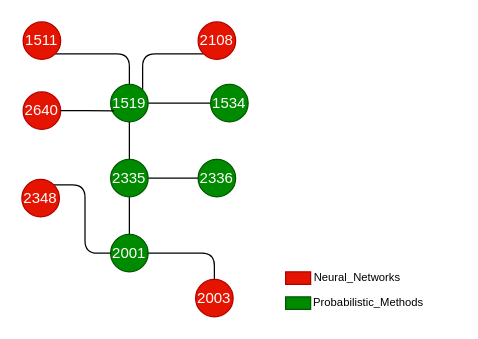
This is 案例分析.drawio from zbyuser/-, a draw.io file, before an edit. Source tidied: cells renumbered, new cells numbered last; positions are measured from the earlier drawing's top-left corner, leaving out a move shared by most shapes. Both pictures are drawn from the tidied source at 125%, with x=0, y=0 at pixel (21, 21).
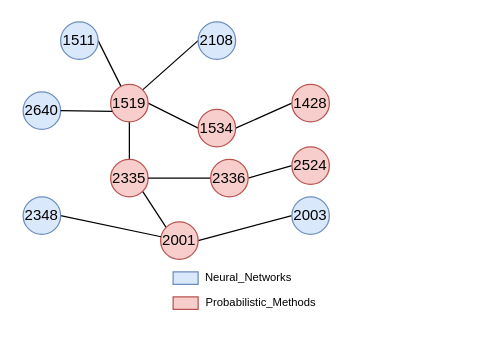
The same diagram, later.

Commit message:
更新案例分析.drawio

Diff of the diagram source:
```diff
@@
-    <mxCell id="2" style="edgeStyle=orthogonalEdgeStyle;rounded=1;jettySize=auto;html=1;exitX=1;exitY=1;exitDx=0;exitDy=0;curved=0;endArrow=none;startFill=0;" parent="1" edge="1" source="3" target="9">
+    <mxCell id="2" style="edgeStyle=none;rounded=0;jettySize=auto;html=1;exitX=1;exitY=0.5;exitDx=0;exitDy=0;endArrow=none;startFill=0;" parent="1" edge="1" source="3" target="9">
       <mxGeometry relative="1" as="geometry" />
     </mxCell>
-    <mxCell id="3" value="1511" style="ellipse;whiteSpace=wrap;html=1;fillColor=#e51400;fontColor=#ffffff;strokeColor=#B20000;" parent="1" vertex="1">
-      <mxGeometry x="1" width="30" height="30" as="geometry" />
+    <mxCell id="3" value="1511" style="ellipse;whiteSpace=wrap;html=1;fillColor=#dae8fc;strokeColor=#6c8ebf;" parent="1" vertex="1">
+      <mxGeometry x="31" width="30" height="30" as="geometry" />
     </mxCell>
-    <mxCell id="4" value="2640" style="ellipse;whiteSpace=wrap;html=1;fillColor=#e51400;fontColor=#ffffff;strokeColor=#B20000;" parent="1" vertex="1">
+    <mxCell id="4" value="2640" style="ellipse;whiteSpace=wrap;html=1;fillColor=#dae8fc;strokeColor=#6c8ebf;" parent="1" vertex="1">
       <mxGeometry x="1" y="56" width="30" height="30" as="geometry" />
     </mxCell>
-    <mxCell id="5" style="edgeStyle=orthogonalEdgeStyle;rounded=1;jettySize=auto;html=1;exitX=0;exitY=1;exitDx=0;exitDy=0;entryX=1;entryY=0;entryDx=0;entryDy=0;curved=0;endArrow=none;startFill=0;" parent="1" edge="1" source="6" target="9">
+    <mxCell id="5" style="edgeStyle=none;rounded=0;jettySize=auto;html=1;exitX=0;exitY=0.5;exitDx=0;exitDy=0;entryX=1;entryY=0;entryDx=0;entryDy=0;endArrow=none;startFill=0;" parent="1" edge="1" source="6" target="9">
       <mxGeometry relative="1" as="geometry" />
     </mxCell>
-    <mxCell id="6" value="2108" style="ellipse;whiteSpace=wrap;html=1;fillColor=#e51400;fontColor=#ffffff;strokeColor=#B20000;" parent="1" vertex="1">
+    <mxCell id="6" value="2108" style="ellipse;whiteSpace=wrap;html=1;fillColor=#dae8fc;strokeColor=#6c8ebf;" parent="1" vertex="1">
       <mxGeometry x="141" width="30" height="30" as="geometry" />
     </mxCell>
-    <mxCell id="7" style="edgeStyle=orthogonalEdgeStyle;rounded=0;jettySize=auto;html=1;exitX=0;exitY=0.5;exitDx=0;exitDy=0;entryX=1;entryY=0.5;entryDx=0;entryDy=0;endArrow=none;startFill=0;" parent="1" edge="1" source="8" target="9">
+    <mxCell id="7" style="edgeStyle=none;rounded=0;jettySize=auto;html=1;exitX=0;exitY=0.5;exitDx=0;exitDy=0;entryX=1;entryY=0.5;entryDx=0;entryDy=0;endArrow=none;startFill=0;" parent="1" edge="1" source="8" target="9">
       <mxGeometry relative="1" as="geometry" />
     </mxCell>
+    <mxCell id="25" style="edgeStyle=none;rounded=0;jettySize=auto;html=1;exitX=1;exitY=0.5;exitDx=0;exitDy=0;entryX=0;entryY=0.5;entryDx=0;entryDy=0;endArrow=none;startFill=0;" parent="1" edge="1" source="8" target="29">
+      <mxGeometry relative="1" as="geometry" />
+    </mxCell>
-    <mxCell id="8" value="1534" style="ellipse;whiteSpace=wrap;html=1;fillColor=#008a00;fontColor=#ffffff;strokeColor=#005700;" parent="1" vertex="1">
-      <mxGeometry x="151" y="50" width="30" height="30" as="geometry" />
+    <mxCell id="8" value="1534" style="ellipse;whiteSpace=wrap;html=1;fillColor=#f8cecc;strokeColor=#b85450;" parent="1" vertex="1">
+      <mxGeometry x="141" y="70" width="30" height="30" as="geometry" />
     </mxCell>
+    <mxCell id="26" style="edgeStyle=none;rounded=0;jettySize=auto;html=1;exitX=0.5;exitY=1;exitDx=0;exitDy=0;entryX=0.5;entryY=0;entryDx=0;entryDy=0;endArrow=none;startFill=0;" parent="1" edge="1" source="9" target="13">
+      <mxGeometry relative="1" as="geometry" />
+    </mxCell>
-    <mxCell id="9" value="1519" style="ellipse;whiteSpace=wrap;html=1;fillColor=#008a00;fontColor=#ffffff;strokeColor=#005700;" parent="1" vertex="1">
+    <mxCell id="9" value="1519" style="ellipse;whiteSpace=wrap;html=1;fillColor=#f8cecc;strokeColor=#b85450;" parent="1" vertex="1">
       <mxGeometry x="71" y="50" width="30" height="30" as="geometry" />
     </mxCell>
-    <mxCell id="10" style="edgeStyle=orthogonalEdgeStyle;rounded=0;jettySize=auto;html=1;exitX=0.5;exitY=1;exitDx=0;exitDy=0;entryX=0.5;entryY=0;entryDx=0;entryDy=0;endArrow=none;startFill=0;" parent="1" edge="1" source="13" target="19">
+    <mxCell id="10" style="edgeStyle=none;rounded=0;jettySize=auto;html=1;exitX=1;exitY=1;exitDx=0;exitDy=0;entryX=0;entryY=0;entryDx=0;entryDy=0;endArrow=none;startFill=0;" parent="1" edge="1" source="13" target="19">
       <mxGeometry relative="1" as="geometry" />
     </mxCell>
-    <mxCell id="11" style="edgeStyle=orthogonalEdgeStyle;rounded=0;jettySize=auto;html=1;exitX=1;exitY=0.5;exitDx=0;exitDy=0;entryX=0;entryY=0.5;entryDx=0;entryDy=0;endArrow=none;startFill=0;" parent="1" edge="1" source="13" target="24">
-      <mxGeometry relative="1" as="geometry" />
-    </mxCell>
-    <mxCell id="12" style="edgeStyle=orthogonalEdgeStyle;rounded=0;jettySize=auto;html=1;endArrow=none;startFill=0;" parent="1" edge="1" source="13" target="9">
-      <mxGeometry relative="1" as="geometry" />
-    </mxCell>
-    <mxCell id="13" value="2335" style="ellipse;whiteSpace=wrap;html=1;fillColor=#008a00;fontColor=#ffffff;strokeColor=#005700;" parent="1" vertex="1">
+    <mxCell id="13" value="2335" style="ellipse;whiteSpace=wrap;html=1;fillColor=#f8cecc;strokeColor=#b85450;" parent="1" vertex="1">
       <mxGeometry x="71" y="110" width="30" height="30" as="geometry" />
     </mxCell>
-    <mxCell id="14" style="rounded=0;whiteSpace=wrap;html=1;fillColor=#e51400;fontColor=#ffffff;strokeColor=#B20000;" parent="1" vertex="1">
-      <mxGeometry x="211" y="200" width="20" height="10" as="geometry" />
+    <mxCell id="14" style="rounded=0;whiteSpace=wrap;html=1;fillColor=#dae8fc;strokeColor=#6c8ebf;" parent="1" vertex="1">
+      <mxGeometry x="121" y="200" width="20" height="10" as="geometry" />
     </mxCell>
-    <mxCell id="15" style="rounded=0;whiteSpace=wrap;html=1;fillColor=#008a00;fontColor=#ffffff;strokeColor=#005700;" parent="1" vertex="1">
-      <mxGeometry x="211" y="220" width="20" height="10" as="geometry" />
+    <mxCell id="15" style="rounded=0;whiteSpace=wrap;html=1;fillColor=#f8cecc;strokeColor=#b85450;" parent="1" vertex="1">
+      <mxGeometry x="121" y="220" width="20" height="10" as="geometry" />
     </mxCell>
     <mxCell id="16" value="&lt;p style=&quot;line-height: 19px; white-space-collapse: preserve;&quot;&gt;&lt;font style=&quot;color: rgb(0, 0, 0); font-weight: normal;&quot;&gt;Neural_Networks&lt;/font&gt;&lt;/p&gt;" style="text;strokeColor=none;fillColor=none;html=1;fontSize=9;fontStyle=1;verticalAlign=middle;align=center;strokeWidth=1;" parent="1" vertex="1">
-      <mxGeometry x="198" y="200" width="140" height="10" as="geometry" />
+      <mxGeometry x="111" y="200" width="140" height="10" as="geometry" />
     </mxCell>
     <mxCell id="17" value="&lt;div style=&quot;font-weight: normal; line-height: 19px; white-space-collapse: preserve;&quot;&gt;&lt;span&gt;&lt;font face=&quot;Helvetica&quot; style=&quot;color: rgb(0, 0, 0);&quot;&gt;Probabilistic_Methods&lt;/font&gt;&lt;/span&gt;&lt;/div&gt;" style="text;strokeColor=none;fillColor=none;html=1;fontSize=9;fontStyle=1;verticalAlign=middle;align=center;strokeWidth=1;" parent="1" vertex="1">
-      <mxGeometry x="207" y="220" width="140" height="10" as="geometry" />
+      <mxGeometry x="121" y="220" width="140" height="10" as="geometry" />
     </mxCell>
-    <mxCell id="18" style="edgeStyle=orthogonalEdgeStyle;rounded=1;jettySize=auto;html=1;exitX=1;exitY=0.5;exitDx=0;exitDy=0;endArrow=none;startFill=0;curved=0;" parent="1" edge="1" source="19" target="21">
+    <mxCell id="18" style="edgeStyle=none;rounded=0;jettySize=auto;html=1;exitX=1;exitY=0.5;exitDx=0;exitDy=0;entryX=0;entryY=0.5;entryDx=0;entryDy=0;endArrow=none;startFill=0;" parent="1" edge="1" source="19" target="21">
       <mxGeometry relative="1" as="geometry" />
     </mxCell>
-    <mxCell id="19" value="2001" style="ellipse;whiteSpace=wrap;html=1;fillColor=#008a00;fontColor=#ffffff;strokeColor=#005700;" parent="1" vertex="1">
-      <mxGeometry x="71" y="170" width="30" height="30" as="geometry" />
+    <mxCell id="19" value="2001" style="ellipse;whiteSpace=wrap;html=1;fillColor=#f8cecc;strokeColor=#b85450;" parent="1" vertex="1">
+      <mxGeometry x="111" y="160" width="30" height="30" as="geometry" />
     </mxCell>
-    <mxCell id="20" style="edgeStyle=orthogonalEdgeStyle;rounded=0;jettySize=auto;html=1;exitX=1;exitY=0.5;exitDx=0;exitDy=0;entryX=0.089;entryY=0.705;entryDx=0;entryDy=0;entryPerimeter=0;endArrow=none;startFill=0;" parent="1" edge="1" source="4" target="9">
-      <mxGeometry relative="1" as="geometry" />
-    </mxCell>
-    <mxCell id="21" value="2003" style="ellipse;whiteSpace=wrap;html=1;fillColor=#e51400;fontColor=#ffffff;strokeColor=#B20000;" parent="1" vertex="1">
-      <mxGeometry x="139" y="206" width="30" height="30" as="geometry" />
+    <mxCell id="21" value="2003" style="ellipse;whiteSpace=wrap;html=1;fillColor=#dae8fc;strokeColor=#6c8ebf;" parent="1" vertex="1">
+      <mxGeometry x="216" y="140" width="30" height="30" as="geometry" />
     </mxCell>
-    <mxCell id="22" style="edgeStyle=orthogonalEdgeStyle;rounded=1;jettySize=auto;html=1;exitX=1;exitY=0;exitDx=0;exitDy=0;entryX=0;entryY=0.5;entryDx=0;entryDy=0;endArrow=none;startFill=0;curved=0;" parent="1" edge="1" source="23" target="19">
+    <mxCell id="22" style="edgeStyle=none;rounded=0;jettySize=auto;html=1;exitX=1;exitY=0.5;exitDx=0;exitDy=0;endArrow=none;startFill=0;" parent="1" edge="1" source="23" target="19">
       <mxGeometry relative="1" as="geometry" />
     </mxCell>
-    <mxCell id="23" value="2348" style="ellipse;whiteSpace=wrap;html=1;fillColor=#e51400;fontColor=#ffffff;strokeColor=#B20000;" parent="1" vertex="1">
-      <mxGeometry y="126" width="30" height="30" as="geometry" />
+    <mxCell id="23" value="2348" style="ellipse;whiteSpace=wrap;html=1;fillColor=#dae8fc;strokeColor=#6c8ebf;" parent="1" vertex="1">
+      <mxGeometry x="1" y="140" width="30" height="30" as="geometry" />
     </mxCell>
+    <mxCell id="27" style="edgeStyle=none;rounded=0;jettySize=auto;html=1;exitX=0;exitY=0.5;exitDx=0;exitDy=0;entryX=1;entryY=0.5;entryDx=0;entryDy=0;endArrow=none;startFill=0;" parent="1" edge="1" source="24" target="13">
+      <mxGeometry relative="1" as="geometry" />
+    </mxCell>
+    <mxCell id="28" style="edgeStyle=none;rounded=0;jettySize=auto;html=1;exitX=1;exitY=0.5;exitDx=0;exitDy=0;entryX=0;entryY=0.5;entryDx=0;entryDy=0;endArrow=none;startFill=0;" parent="1" edge="1" source="24" target="30">
+      <mxGeometry relative="1" as="geometry" />
+    </mxCell>
-    <mxCell id="24" value="2336" style="ellipse;whiteSpace=wrap;html=1;fillColor=#008a00;fontColor=#ffffff;strokeColor=#005700;" parent="1" vertex="1">
-      <mxGeometry x="141" y="110" width="30" height="30" as="geometry" />
+    <mxCell id="24" value="2336" style="ellipse;whiteSpace=wrap;html=1;fillColor=#f8cecc;strokeColor=#b85450;" parent="1" vertex="1">
+      <mxGeometry x="151" y="110" width="30" height="30" as="geometry" />
     </mxCell>
+    <mxCell id="20" style="edgeStyle=none;rounded=0;jettySize=auto;html=1;exitX=1;exitY=0.5;exitDx=0;exitDy=0;endArrow=none;startFill=0;entryX=0.046;entryY=0.722;entryDx=0;entryDy=0;entryPerimeter=0;" parent="1" edge="1" source="4" target="9">
+      <mxGeometry relative="1" as="geometry" />
+    </mxCell>
+    <mxCell id="29" value="1428" style="ellipse;whiteSpace=wrap;html=1;fillColor=#f8cecc;strokeColor=#b85450;" parent="1" vertex="1">
+      <mxGeometry x="216" y="50" width="30" height="30" as="geometry" />
+    </mxCell>
+    <mxCell id="30" value="2524" style="ellipse;whiteSpace=wrap;html=1;fillColor=#f8cecc;strokeColor=#b85450;" parent="1" vertex="1">
+      <mxGeometry x="216" y="100" width="30" height="30" as="geometry" />
+    </mxCell>
```
